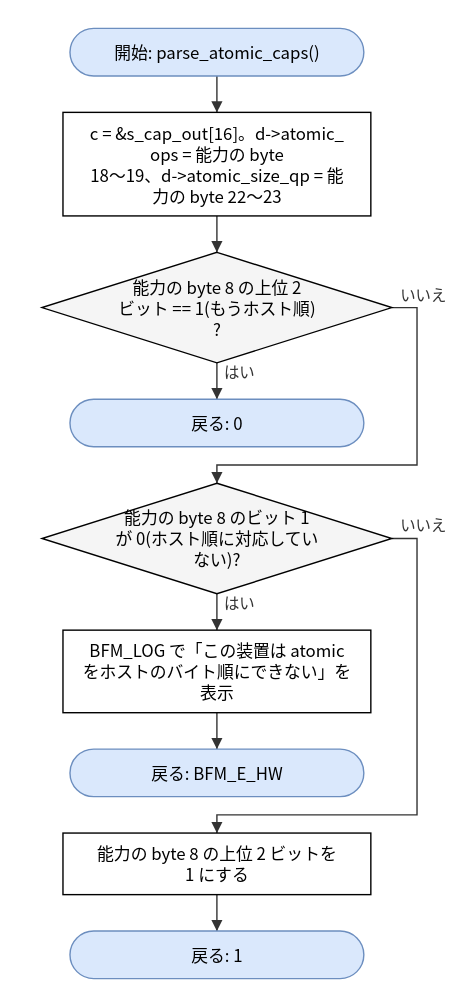
hf355051012-ai/bfmem keeps this draw.io diagram as doc/spec/images/flow_src_mlx5_hca-parse_atomic_caps.drawio.svg. Above is the earlier version. Source tidied: cells renumbered, new cells last; positions are measured from the earlier drawing's top-left corner, leaving out a move shared by most shapes. Its diagram source:
```xml
<mxGraphModel>
  <root>
    <mxCell id="0" />
    <mxCell id="1" parent="0" />
    <mxCell id="2" value="開始: parse_atomic_caps()" style="rounded=1;arcSize=50;whiteSpace=wrap;html=1;fillColor=#dae8fc;strokeColor=#6c8ebf;" parent="1" vertex="1">
      <mxGeometry x="20" width="210" height="34" as="geometry" />
    </mxCell>
    <mxCell id="3" value="c = &amp;amp;s_cap_out[16]。d-&amp;gt;atomic_&lt;br&gt;ops = 能力の byte&lt;br&gt;18〜19、d-&amp;gt;atomic_size_qp = 能&lt;br&gt;力の byte 22〜23" style="rounded=0;whiteSpace=wrap;html=1;" parent="1" vertex="1">
      <mxGeometry x="15" y="60" width="220" height="74" as="geometry" />
    </mxCell>
    <mxCell id="4" value="能力の byte 8 の上位 2&lt;br&gt;ビット == 1(もうホスト順)&lt;br&gt;?" style="rhombus;whiteSpace=wrap;html=1;fillColor=#f5f5f5;" parent="1" vertex="1">
      <mxGeometry y="160" width="250" height="79" as="geometry" />
    </mxCell>
    <mxCell id="5" value="戻る: 0" style="rounded=1;arcSize=50;whiteSpace=wrap;html=1;fillColor=#dae8fc;strokeColor=#6c8ebf;" parent="1" vertex="1">
      <mxGeometry x="20" y="265" width="210" height="34" as="geometry" />
    </mxCell>
    <mxCell id="6" value="能力の byte 8 のビット 1&lt;br&gt;が 0(ホスト順に対応してい&lt;br&gt;ない)?" style="rhombus;whiteSpace=wrap;html=1;fillColor=#f5f5f5;" parent="1" vertex="1">
      <mxGeometry y="325" width="250" height="79" as="geometry" />
    </mxCell>
    <mxCell id="7" value="BFM_LOG で「この装置は atomic&lt;br&gt;をホストのバイト順にできない」を&lt;br&gt;表示" style="rounded=0;whiteSpace=wrap;html=1;" parent="1" vertex="1">
      <mxGeometry x="15" y="430" width="220" height="59" as="geometry" />
    </mxCell>
    <mxCell id="8" value="戻る: BFM_E_HW" style="rounded=1;arcSize=50;whiteSpace=wrap;html=1;fillColor=#dae8fc;strokeColor=#6c8ebf;" parent="1" vertex="1">
      <mxGeometry x="20" y="515" width="210" height="34" as="geometry" />
    </mxCell>
    <mxCell id="9" value="能力の byte 8 の上位 2 ビットを&lt;br&gt;1 にする" style="rounded=0;whiteSpace=wrap;html=1;" parent="1" vertex="1">
      <mxGeometry x="15" y="575" width="220" height="44" as="geometry" />
    </mxCell>
    <mxCell id="10" value="戻る: 1" style="rounded=1;arcSize=50;whiteSpace=wrap;html=1;fillColor=#dae8fc;strokeColor=#6c8ebf;" parent="1" vertex="1">
      <mxGeometry x="20" y="645" width="210" height="34" as="geometry" />
    </mxCell>
    <mxCell id="11" style="edgeStyle=none;html=1;rounded=0;endArrow=block;endFill=1;exitX=0.5000;exitY=1.0000;exitDx=0;exitDy=0;exitPerimeter=0;entryX=0.5000;entryY=0.0000;entryDx=0;entryDy=0;entryPerimeter=0;" parent="1" edge="1" source="2" target="3">
      <mxGeometry relative="1" as="geometry" />
    </mxCell>
    <mxCell id="12" style="edgeStyle=none;html=1;rounded=0;endArrow=block;endFill=1;exitX=0.5000;exitY=1.0000;exitDx=0;exitDy=0;exitPerimeter=0;entryX=0.5000;entryY=0.0000;entryDx=0;entryDy=0;entryPerimeter=0;" parent="1" edge="1" source="3" target="4">
      <mxGeometry relative="1" as="geometry" />
    </mxCell>
    <mxCell id="13" value="はい" style="edgeStyle=none;html=1;rounded=0;endArrow=block;endFill=1;exitX=0.5000;exitY=1.0000;exitDx=0;exitDy=0;exitPerimeter=0;entryX=0.5000;entryY=0.0000;entryDx=0;entryDy=0;entryPerimeter=0;" parent="1" edge="1" source="4" target="5">
      <mxGeometry relative="1" as="geometry" />
    </mxCell>
    <mxCell id="14" value="いいえ" style="edgeStyle=none;html=1;rounded=0;endArrow=block;endFill=1;exitX=1.0000;exitY=0.5000;exitDx=0;exitDy=0;exitPerimeter=0;entryX=0.5000;entryY=0.0000;entryDx=0;entryDy=0;entryPerimeter=0;" parent="1" edge="1" source="4" target="6">
      <mxGeometry relative="1" as="geometry">
        <Array as="points">
          <mxPoint x="268" y="199.5" />
          <mxPoint x="268" y="312" />
          <mxPoint x="125" y="312" />
        </Array>
      </mxGeometry>
    </mxCell>
    <mxCell id="15" value="はい" style="edgeStyle=none;html=1;rounded=0;endArrow=block;endFill=1;exitX=0.5000;exitY=1.0000;exitDx=0;exitDy=0;exitPerimeter=0;entryX=0.5000;entryY=0.0000;entryDx=0;entryDy=0;entryPerimeter=0;" parent="1" edge="1" source="6" target="7">
      <mxGeometry relative="1" as="geometry" />
    </mxCell>
    <mxCell id="16" style="edgeStyle=none;html=1;rounded=0;endArrow=block;endFill=1;exitX=0.5000;exitY=1.0000;exitDx=0;exitDy=0;exitPerimeter=0;entryX=0.5000;entryY=0.0000;entryDx=0;entryDy=0;entryPerimeter=0;" parent="1" edge="1" source="7" target="8">
      <mxGeometry relative="1" as="geometry" />
    </mxCell>
    <mxCell id="17" value="いいえ" style="edgeStyle=none;html=1;rounded=0;endArrow=block;endFill=1;exitX=1.0000;exitY=0.5000;exitDx=0;exitDy=0;exitPerimeter=0;entryX=0.5000;entryY=0.0000;entryDx=0;entryDy=0;entryPerimeter=0;" parent="1" edge="1" source="6" target="9">
      <mxGeometry relative="1" as="geometry">
        <Array as="points">
          <mxPoint x="268" y="364.5" />
          <mxPoint x="268" y="562" />
          <mxPoint x="125" y="562" />
        </Array>
      </mxGeometry>
    </mxCell>
    <mxCell id="18" style="edgeStyle=none;html=1;rounded=0;endArrow=block;endFill=1;exitX=0.5000;exitY=1.0000;exitDx=0;exitDy=0;exitPerimeter=0;entryX=0.5000;entryY=0.0000;entryDx=0;entryDy=0;entryPerimeter=0;" parent="1" edge="1" source="9" target="10">
      <mxGeometry relative="1" as="geometry" />
    </mxCell>
  </root>
</mxGraphModel>
```
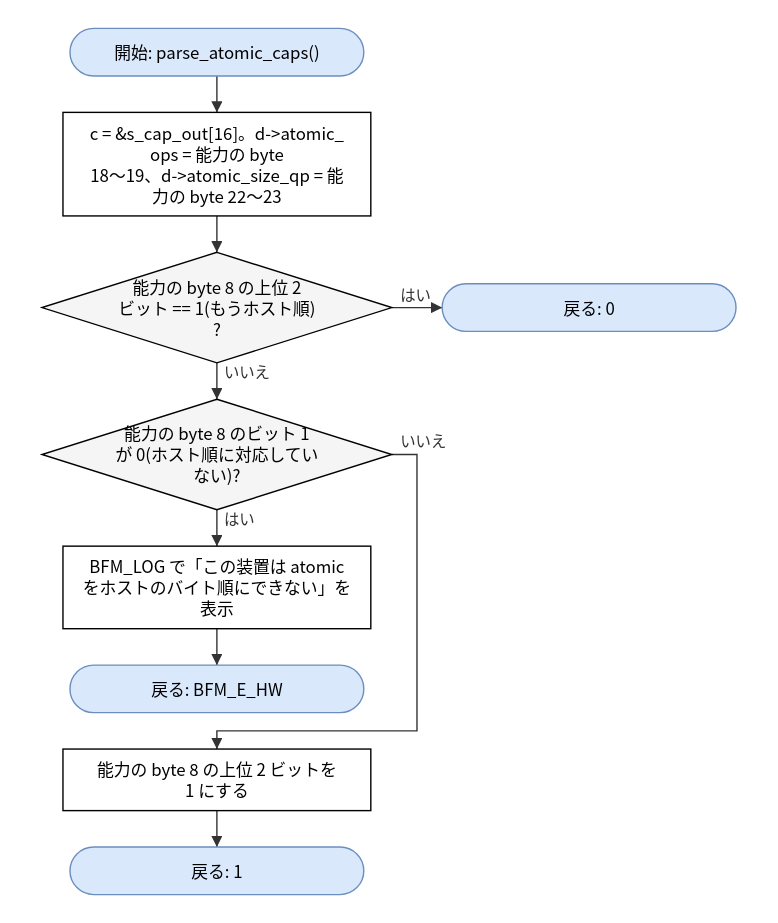
The same diagram one commit later.

Change to the diagram source:
```diff
@@ -3,16 +3,16 @@
     <mxCell id="0" />
     <mxCell id="1" parent="0" />
     <mxCell id="2" value="開始: parse_atomic_caps()" style="rounded=1;arcSize=50;whiteSpace=wrap;html=1;fillColor=#dae8fc;strokeColor=#6c8ebf;" parent="1" vertex="1">
-      <mxGeometry x="20" width="210" height="34" as="geometry" />
+      <mxGeometry x="20" y="60" width="210" height="34" as="geometry" />
     </mxCell>
     <mxCell id="3" value="c = &amp;amp;s_cap_out[16]。d-&amp;gt;atomic_&lt;br&gt;ops = 能力の byte&lt;br&gt;18〜19、d-&amp;gt;atomic_size_qp = 能&lt;br&gt;力の byte 22〜23" style="rounded=0;whiteSpace=wrap;html=1;" parent="1" vertex="1">
-      <mxGeometry x="15" y="60" width="220" height="74" as="geometry" />
+      <mxGeometry x="15" y="120" width="220" height="74" as="geometry" />
     </mxCell>
     <mxCell id="4" value="能力の byte 8 の上位 2&lt;br&gt;ビット == 1(もうホスト順)&lt;br&gt;?" style="rhombus;whiteSpace=wrap;html=1;fillColor=#f5f5f5;" parent="1" vertex="1">
-      <mxGeometry y="160" width="250" height="79" as="geometry" />
+      <mxGeometry y="220" width="250" height="79" as="geometry" />
     </mxCell>
     <mxCell id="5" value="戻る: 0" style="rounded=1;arcSize=50;whiteSpace=wrap;html=1;fillColor=#dae8fc;strokeColor=#6c8ebf;" parent="1" vertex="1">
-      <mxGeometry x="20" y="265" width="210" height="34" as="geometry" />
+      <mxGeometry x="286" y="242.5" width="210" height="34" as="geometry" />
     </mxCell>
     <mxCell id="6" value="能力の byte 8 のビット 1&lt;br&gt;が 0(ホスト順に対応してい&lt;br&gt;ない)?" style="rhombus;whiteSpace=wrap;html=1;fillColor=#f5f5f5;" parent="1" vertex="1">
       <mxGeometry y="325" width="250" height="79" as="geometry" />
@@ -35,17 +35,11 @@
     <mxCell id="12" style="edgeStyle=none;html=1;rounded=0;endArrow=block;endFill=1;exitX=0.5000;exitY=1.0000;exitDx=0;exitDy=0;exitPerimeter=0;entryX=0.5000;entryY=0.0000;entryDx=0;entryDy=0;entryPerimeter=0;" parent="1" edge="1" source="3" target="4">
       <mxGeometry relative="1" as="geometry" />
     </mxCell>
-    <mxCell id="13" value="はい" style="edgeStyle=none;html=1;rounded=0;endArrow=block;endFill=1;exitX=0.5000;exitY=1.0000;exitDx=0;exitDy=0;exitPerimeter=0;entryX=0.5000;entryY=0.0000;entryDx=0;entryDy=0;entryPerimeter=0;" parent="1" edge="1" source="4" target="5">
+    <mxCell id="13" value="はい" style="edgeStyle=none;html=1;rounded=0;endArrow=block;endFill=1;exitX=1.0000;exitY=0.5000;exitDx=0;exitDy=0;exitPerimeter=0;entryX=0.0000;entryY=0.5000;entryDx=0;entryDy=0;entryPerimeter=0;" parent="1" edge="1" source="4" target="5">
       <mxGeometry relative="1" as="geometry" />
     </mxCell>
-    <mxCell id="14" value="いいえ" style="edgeStyle=none;html=1;rounded=0;endArrow=block;endFill=1;exitX=1.0000;exitY=0.5000;exitDx=0;exitDy=0;exitPerimeter=0;entryX=0.5000;entryY=0.0000;entryDx=0;entryDy=0;entryPerimeter=0;" parent="1" edge="1" source="4" target="6">
-      <mxGeometry relative="1" as="geometry">
-        <Array as="points">
-          <mxPoint x="268" y="199.5" />
-          <mxPoint x="268" y="312" />
-          <mxPoint x="125" y="312" />
-        </Array>
-      </mxGeometry>
+    <mxCell id="14" value="いいえ" style="edgeStyle=none;html=1;rounded=0;endArrow=block;endFill=1;exitX=0.5000;exitY=1.0000;exitDx=0;exitDy=0;exitPerimeter=0;entryX=0.5000;entryY=0.0000;entryDx=0;entryDy=0;entryPerimeter=0;" parent="1" edge="1" source="4" target="6">
+      <mxGeometry relative="1" as="geometry" />
     </mxCell>
     <mxCell id="15" value="はい" style="edgeStyle=none;html=1;rounded=0;endArrow=block;endFill=1;exitX=0.5000;exitY=1.0000;exitDx=0;exitDy=0;exitPerimeter=0;entryX=0.5000;entryY=0.0000;entryDx=0;entryDy=0;entryPerimeter=0;" parent="1" edge="1" source="6" target="7">
       <mxGeometry relative="1" as="geometry" />
```
